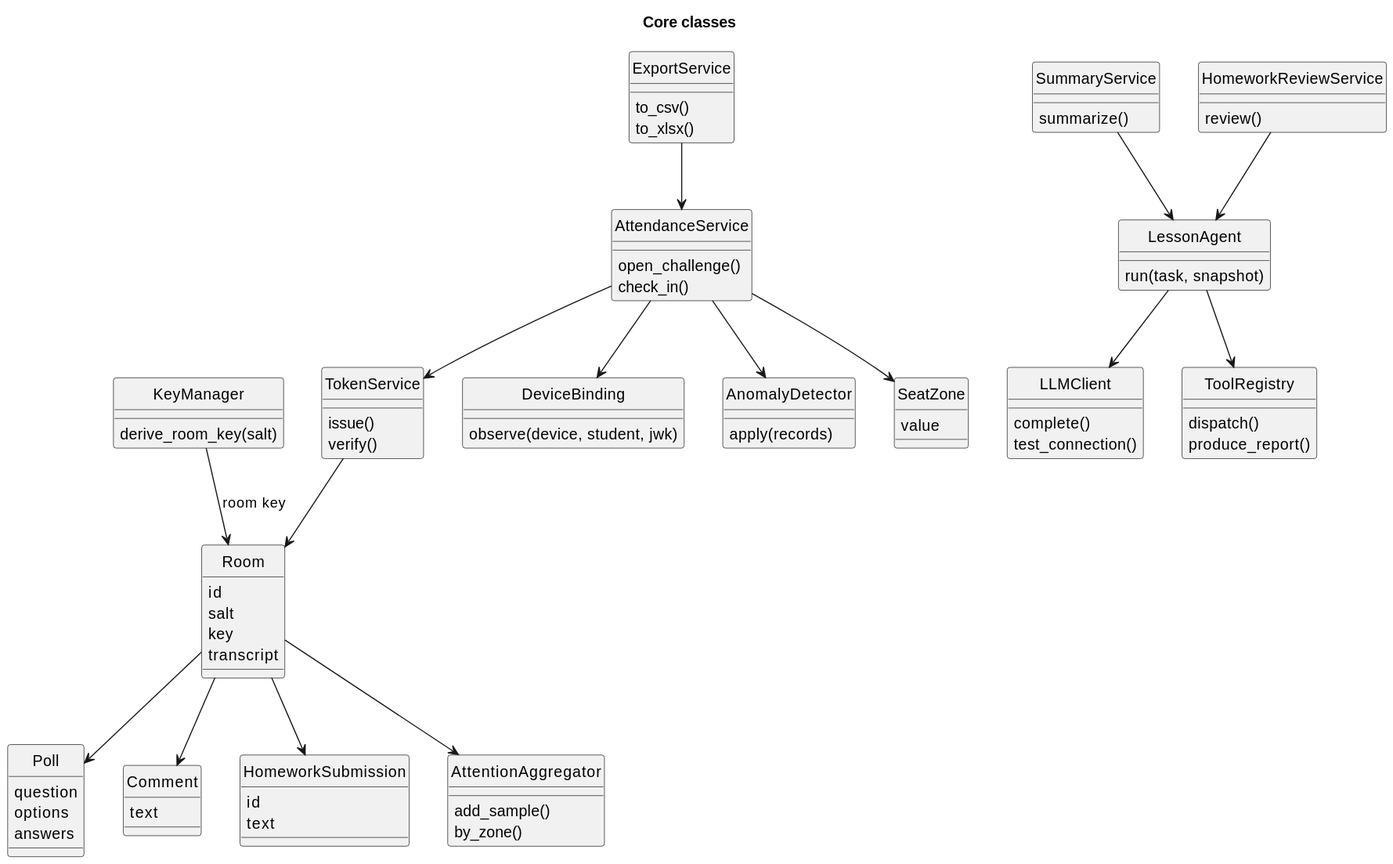
The PlantUML diagram docs/diagrams/classes.svg in Haim-Barby/ZooMoodle, before a commit. Its source is kept beside it as docs/diagrams/classes.puml.
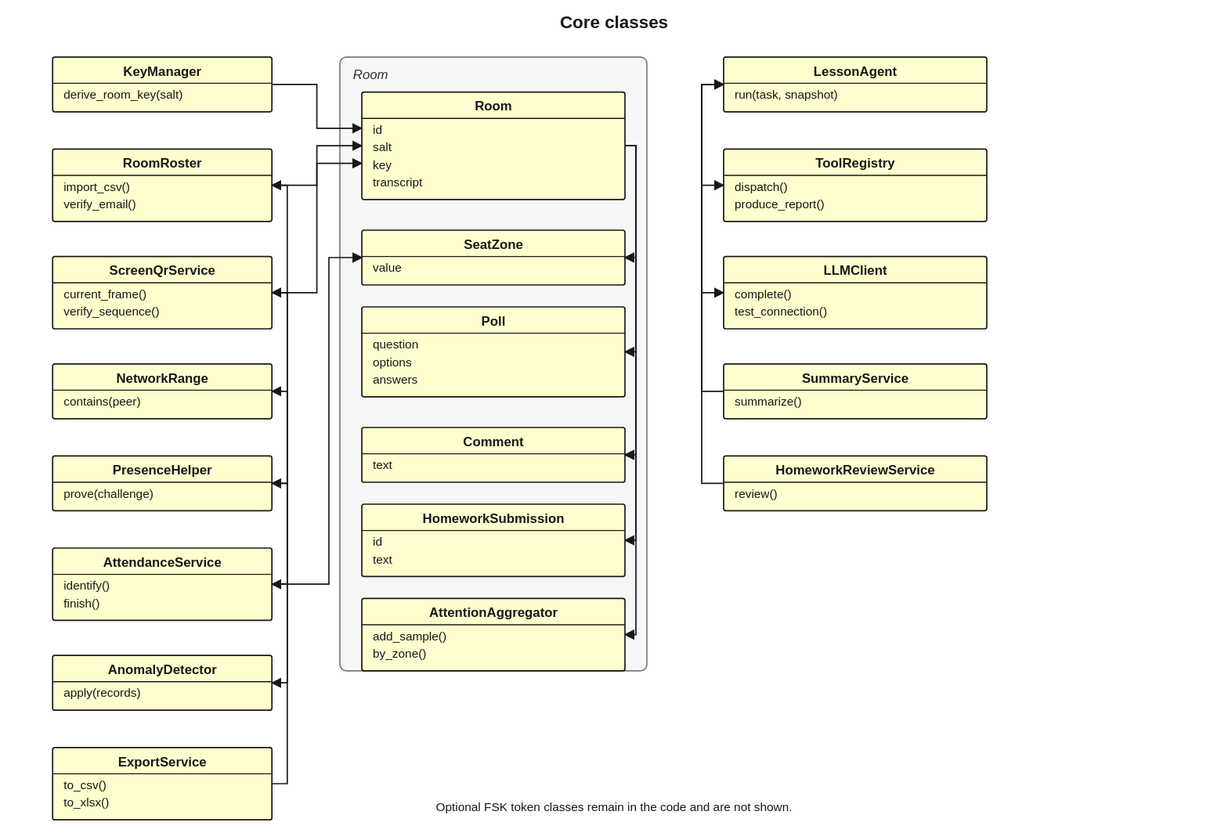
Above is the later version.

The edit, as a diff of the source:
```diff
@@ -15,18 +15,27 @@
   derive_room_key(salt)
 }
 
-class TokenService {
-  issue()
-  verify()
+class RoomRoster {
+  import_csv()
+  verify_email()
 }
 
-class DeviceBinding {
-  observe(device, student, jwk)
+class ScreenQrService {
+  current_frame()
+  verify_sequence()
+}
+
+class NetworkRange {
+  contains(peer)
+}
+
+class PresenceHelper {
+  prove(challenge)
 }
 
 class AttendanceService {
-  open_challenge()
-  check_in()
+  identify()
+  finish()
 }
 
 class AnomalyDetector {
@@ -84,10 +93,13 @@
   review()
 }
 
-KeyManager --> Room : room key
-TokenService --> Room
-AttendanceService --> TokenService
-AttendanceService --> DeviceBinding
+KeyManager --> Room
+RoomRoster --> Room
+ScreenQrService --> Room
+AttendanceService --> RoomRoster
+AttendanceService --> ScreenQrService
+AttendanceService --> PresenceHelper
+PresenceHelper --> NetworkRange
 AttendanceService --> AnomalyDetector
 AttendanceService --> SeatZone
 Room --> Poll
```
